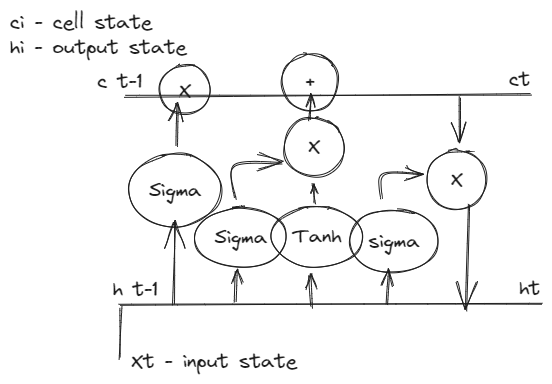
Before: lesson4/img/lstm.excalidraw.png, a diagram exported from Excalidraw (NMashalov/2023_OpenMipt_course). Source tidied: one line per element, renumbered; positions are measured from the earlier drawing's top-left corner, leaving out a move shared by most shapes.
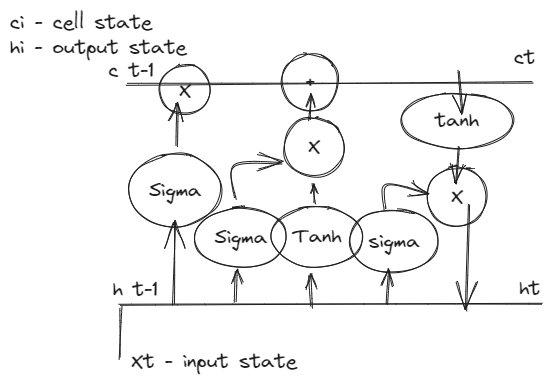
After the change.

What changed in the source:
```diff
@@ -1,17 +1,17 @@
-{"id": 0, "type": "line", "strokeColor": "#1e1e1e", "strokeWidth": 1, "roughness": 1, "round": true, "x": 115, "y": 86, "width": 407, "height": 2, "points": [[0, 0], [407, -2]]}
+{"id": 0, "type": "line", "strokeColor": "#1e1e1e", "strokeWidth": 1, "roughness": 1, "round": true, "x": 117, "y": 74, "width": 407, "height": 2, "points": [[0, 0], [407, -2]]}
 {"id": 1, "type": "line", "strokeColor": "#1e1e1e", "strokeWidth": 1, "roughness": 1, "round": true, "x": 110, "y": 295, "width": 422, "height": 1, "points": [[0, 0], [422, -1]]}
 {"id": 2, "type": "line", "strokeColor": "#1e1e1e", "strokeWidth": 1, "roughness": 1, "round": true, "x": 109, "y": 348, "width": 2, "height": 50, "points": [[0, 0], [2, -50]]}
 {"id": 3, "type": "text", "text": "Xt - input state", "strokeColor": "#1e1e1e", "strokeWidth": 1, "roughness": 1, "fontSize": 20, "fontFamily": 1, "x": 121, "y": 339, "width": 165, "height": 25}
 {"id": 4, "type": "text", "text": "ci - cell state\nhi - output state", "strokeColor": "#1e1e1e", "strokeWidth": 1, "roughness": 1, "fontSize": 20, "fontFamily": 1, "x": 0, "y": 0, "width": 176, "height": 50}
-{"id": 5, "type": "text", "text": "c t-1\n", "strokeColor": "#1e1e1e", "strokeWidth": 1, "roughness": 1, "fontSize": 20, "fontFamily": 1, "x": 87, "y": 59, "width": 45, "height": 50}
+{"id": 5, "type": "text", "text": "c t-1\n", "strokeColor": "#1e1e1e", "strokeWidth": 1, "roughness": 1, "fontSize": 20, "fontFamily": 1, "x": 99, "y": 48, "width": 45, "height": 50}
 {"id": 6, "type": "text", "text": "h t-1", "strokeColor": "#1e1e1e", "strokeWidth": 1, "roughness": 1, "fontSize": 20, "fontFamily": 1, "x": 103, "y": 267, "width": 45, "height": 25}
 {"id": 7, "type": "arrow", "strokeColor": "#1e1e1e", "strokeWidth": 1, "roughness": 1, "endArrowhead": "arrow", "round": true, "x": 377, "y": 295, "width": 2, "height": 33, "points": [[0, 0], [2, -33]]}
 {"id": 8, "type": "ellipse", "strokeColor": "#1e1e1e", "strokeWidth": 1, "roughness": 1, "round": true, "x": 339, "y": 200, "width": 89, "height": 63}
 {"id": 9, "type": "text", "text": "sigma", "strokeColor": "#1e1e1e", "strokeWidth": 1, "roughness": 1, "fontSize": 20, "fontFamily": 1, "textAlign": "center", "verticalAlign": "middle", "inside": 8, "x": 358, "y": 219, "width": 51, "height": 25}
-{"id": 10, "type": "ellipse", "strokeColor": "#1e1e1e", "strokeWidth": 1, "roughness": 1, "round": true, "x": 417, "y": 140, "width": 60, "height": 59}
+{"id": 10, "type": "ellipse", "strokeColor": "#1e1e1e", "strokeWidth": 1, "roughness": 1, "round": true, "x": 417, "y": 157, "width": 60, "height": 59}
-{"id": 11, "type": "text", "text": "X", "strokeColor": "#1e1e1e", "strokeWidth": 1, "roughness": 1, "fontSize": 20, "fontFamily": 1, "textAlign": "center", "verticalAlign": "middle", "inside": 10, "x": 441, "y": 157, "width": 12, "height": 25}
+{"id": 11, "type": "text", "text": "X", "strokeColor": "#1e1e1e", "strokeWidth": 1, "roughness": 1, "fontSize": 20, "fontFamily": 1, "textAlign": "center", "verticalAlign": "middle", "inside": 10, "x": 441, "y": 174, "width": 12, "height": 25}
-{"id": 12, "type": "arrow", "strokeColor": "#1e1e1e", "strokeWidth": 1, "roughness": 1, "endArrowhead": "arrow", "round": true, "from": 8, "to": 10, "x": 372, "y": 188, "width": 40, "height": 23, "points": [[0, 0], [2, -23], [40, -23]]}
+{"id": 12, "type": "arrow", "strokeColor": "#1e1e1e", "strokeWidth": 1, "roughness": 1, "endArrowhead": "arrow", "round": true, "from": 8, "x": 375, "y": 199, "width": 42, "height": 23, "points": [[0, 0], [2, -23], [42, -14]]}
-{"id": 13, "type": "arrow", "strokeColor": "#1e1e1e", "strokeWidth": 1, "roughness": 1, "endArrowhead": "arrow", "round": true, "to": 10, "x": 450, "y": 88, "width": 0, "height": 43, "points": [[0, 0], [0, 43]]}
+{"id": 13, "type": "arrow", "strokeColor": "#1e1e1e", "strokeWidth": 1, "roughness": 1, "endArrowhead": "arrow", "round": true, "x": 449, "y": 62, "width": 4, "height": 41, "points": [[0, 0], [4, 41]]}
 {"id": 14, "type": "arrow", "strokeColor": "#1e1e1e", "strokeWidth": 1, "roughness": 1, "endArrowhead": "arrow", "round": true, "x": 459, "y": 194, "width": 2, "height": 106, "points": [[0, 0], [-2, 106]]}
 {"id": 15, "type": "arrow", "strokeColor": "#1e1e1e", "strokeWidth": 1, "roughness": 1, "endArrowhead": "arrow", "round": true, "from": 6, "x": 163, "y": 295, "width": 3, "height": 84, "points": [[0, 0], [3, -84]]}
 {"id": 16, "type": "ellipse", "strokeColor": "#1e1e1e", "strokeWidth": 1, "roughness": 1, "round": true, "x": 119, "y": 144, "width": 92, "height": 73}
@@ -33,4 +33,7 @@
 {"id": 32, "type": "arrow", "strokeColor": "#1e1e1e", "strokeWidth": 1, "roughness": 1, "endArrowhead": "arrow", "round": true, "x": 300, "y": 111, "width": 1, "height": 26, "points": [[0, 0], [1, -26]]}
 {"id": 33, "type": "ellipse", "strokeColor": "#1e1e1e", "strokeWidth": 1, "roughness": 1, "round": true, "x": 272, "y": 43, "width": 56, "height": 58}
 {"id": 34, "type": "text", "text": "+", "strokeColor": "#1e1e1e", "strokeWidth": 1, "roughness": 1, "fontSize": 20, "fontFamily": 1, "textAlign": "center", "verticalAlign": "middle", "inside": 33, "x": 294, "y": 60, "width": 12, "height": 25}
-{"id": 35, "type": "text", "text": "ct", "strokeColor": "#1e1e1e", "strokeWidth": 1, "roughness": 1, "fontSize": 20, "fontFamily": 1, "x": 499, "y": 57, "width": 21, "height": 25}
+{"id": 35, "type": "text", "text": "ct", "strokeColor": "#1e1e1e", "strokeWidth": 1, "roughness": 1, "fontSize": 20, "fontFamily": 1, "x": 504, "y": 35, "width": 21, "height": 25}
+{"id": 36, "type": "ellipse", "strokeColor": "#1e1e1e", "strokeWidth": 1, "roughness": 1, "round": true, "x": 391, "y": 83, "width": 112, "height": 56}
+{"id": 37, "type": "text", "text": "tanh", "strokeColor": "#1e1e1e", "strokeWidth": 1, "roughness": 1, "fontSize": 20, "fontFamily": 1, "textAlign": "center", "verticalAlign": "middle", "inside": 36, "x": 425, "y": 98, "width": 44, "height": 25}
+{"id": 38, "type": "arrow", "strokeColor": "#1e1e1e", "strokeWidth": 1, "roughness": 1, "endArrowhead": "arrow", "round": true, "x": 448, "y": 135, "width": 2, "height": 38, "points": [[0, 0], [-2, 38]]}
```
